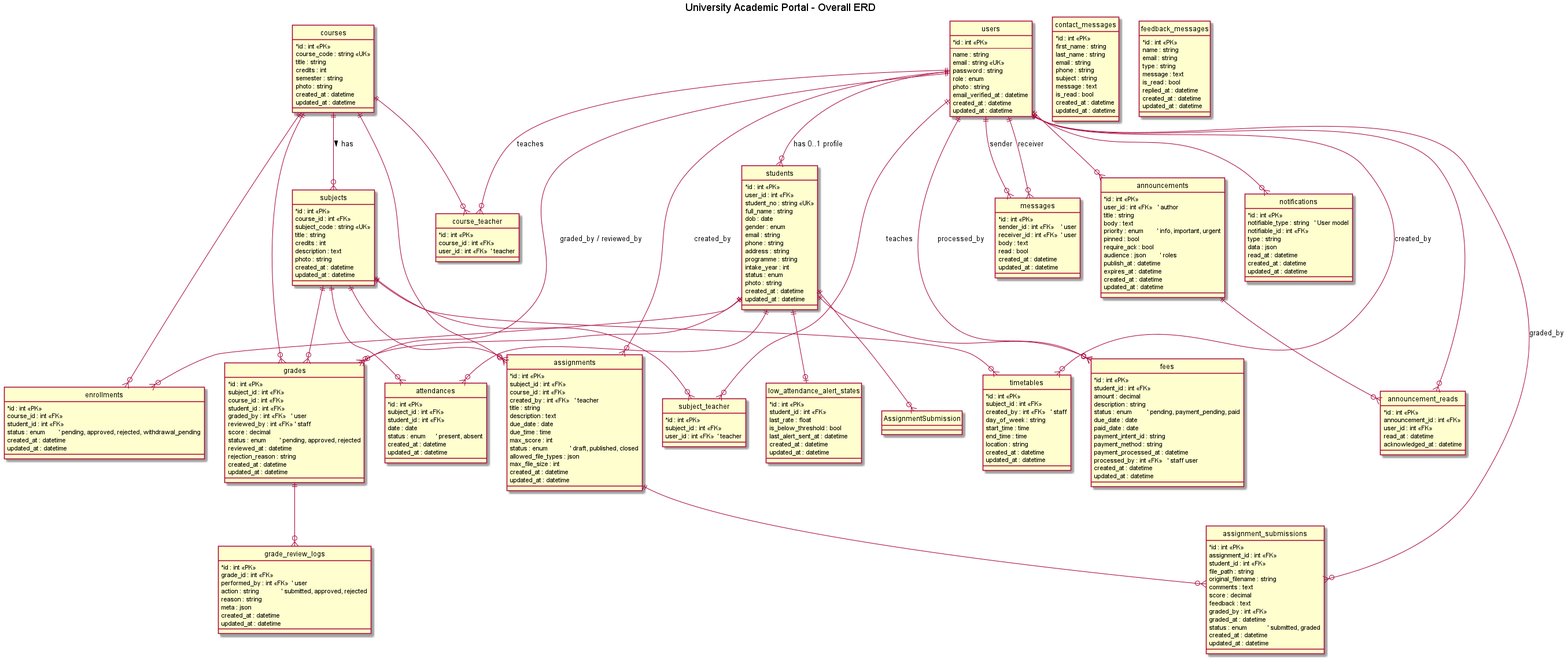
Earlier version of the PlantUML export out/class_diagram/erd/AcademicPortal_ERD/AcademicPortal_ERD.png (KyawMyoHtay1/academic-portal). Source of this version:
```plantuml
@startuml
hide circle
skinparam classAttributeIconSize 0
title University Academic Portal - Overall ERD

entity "users" as User {
  *id : int <<PK>>
  --
  name : string
  email : string <<UK>>
  password : string
  role : enum
  photo : string
  email_verified_at : datetime
  created_at : datetime
  updated_at : datetime
}

entity "students" as Student {
  *id : int <<PK>>
  user_id : int <<FK>>
  student_no : string <<UK>>
  full_name : string
  dob : date
  gender : enum
  email : string
  phone : string
  address : string
  programme : string
  intake_year : int
  status : enum
  photo : string
  created_at : datetime
  updated_at : datetime
}

entity "courses" as Course {
  *id : int <<PK>>
  course_code : string <<UK>>
  title : string
  credits : int
  semester : string
  photo : string
  created_at : datetime
  updated_at : datetime
}

entity "subjects" as Subject {
  *id : int <<PK>>
  course_id : int <<FK>>
  subject_code : string <<UK>>
  title : string
  credits : int
  description : text
  photo : string
  created_at : datetime
  updated_at : datetime
}

entity "enrollments" as Enrollment {
  *id : int <<PK>>
  course_id : int <<FK>>
  student_id : int <<FK>>
  status : enum        ' pending, approved, rejected, withdrawal_pending
  created_at : datetime
  updated_at : datetime
}

entity "course_teacher" as CourseTeacher {
  *id : int <<PK>>
  course_id : int <<FK>>
  user_id : int <<FK>>  ' teacher
}

entity "subject_teacher" as SubjectTeacher {
  *id : int <<PK>>
  subject_id : int <<FK>>
  user_id : int <<FK>>  ' teacher
}

entity "grades" as Grade {
  *id : int <<PK>>
  subject_id : int <<FK>>
  course_id : int <<FK>>
  student_id : int <<FK>>
  graded_by : int <<FK>>   ' user
  reviewed_by : int <<FK>> ' staff
  score : decimal
  status : enum        ' pending, approved, rejected
  reviewed_at : datetime
  rejection_reason : string
  created_at : datetime
  updated_at : datetime
}

entity "grade_review_logs" as GradeLog {
  *id : int <<PK>>
  grade_id : int <<FK>>
  performed_by : int <<FK>>  ' user
  action : string             ' submitted, approved, rejected
  reason : string
  meta : json
  created_at : datetime
  updated_at : datetime
}

entity "fees" as Fee {
  *id : int <<PK>>
  student_id : int <<FK>>
  amount : decimal
  description : string
  status : enum         ' pending, payment_pending, paid
  due_date : date
  paid_date : date
  payment_intent_id : string
  payment_method : string
  payment_processed_at : datetime
  processed_by : int <<FK>>   ' staff user
  created_at : datetime
  updated_at : datetime
}

entity "timetables" as Timetable {
  *id : int <<PK>>
  subject_id : int <<FK>>
  created_by : int <<FK>>   ' staff
  day_of_week : string
  start_time : time
  end_time : time
  location : string
  created_at : datetime
  updated_at : datetime
}

entity "attendances" as Attendance {
  *id : int <<PK>>
  subject_id : int <<FK>>
  student_id : int <<FK>>
  date : date
  status : enum      ' present, absent
  created_at : datetime
  updated_at : datetime
}

entity "low_attendance_alert_states" as LowAlert {
  *id : int <<PK>>
  student_id : int <<FK>>
  last_rate : float
  is_below_threshold : bool
  last_alert_sent_at : datetime
  created_at : datetime
  updated_at : datetime
}

entity "announcements" as Announcement {
  *id : int <<PK>>
  user_id : int <<FK>>   ' author
  title : string
  body : text
  priority : enum        ' info, important, urgent
  pinned : bool
  require_ack : bool
  audience : json        ' roles
  publish_at : datetime
  expires_at : datetime
  created_at : datetime
  updated_at : datetime
}

entity "announcement_reads" as AnnouncementRead {
  *id : int <<PK>>
  announcement_id : int <<FK>>
  user_id : int <<FK>>
  read_at : datetime
  acknowledged_at : datetime
}

entity "messages" as Message {
  *id : int <<PK>>
  sender_id : int <<FK>>    ' user
  receiver_id : int <<FK>>  ' user
  body : text
  read : bool
  created_at : datetime
  updated_at : datetime
}

entity "notifications" as Notification {
  *id : int <<PK>>
  notifiable_type : string   ' User model
  notifiable_id : int <<FK>>
  type : string
  data : json
  read_at : datetime
  created_at : datetime
  updated_at : datetime
}

entity "contact_messages" as ContactMessage {
  *id : int <<PK>>
  first_name : string
  last_name : string
  email : string
  phone : string
  subject : string
  message : text
  is_read : bool
  created_at : datetime
  updated_at : datetime
}

entity "feedback_messages" as FeedbackMessage {
  *id : int <<PK>>
  name : string
  email : string
  type : string
  message : text
  is_read : bool
  replied_at : datetime
  created_at : datetime
  updated_at : datetime
}

entity "assignments" as Assignment {
  *id : int <<PK>>
  subject_id : int <<FK>>
  course_id : int <<FK>>
  created_by : int <<FK>>   ' teacher
  title : string
  description : text
  due_date : date
  due_time : time
  max_score : int
  status : enum             ' draft, published, closed
  allowed_file_types : json
  max_file_size : int
  created_at : datetime
  updated_at : datetime
}

entity "assignment_submissions" as Submission {
  *id : int <<PK>>
  assignment_id : int <<FK>>
  student_id : int <<FK>>
  file_path : string
  original_filename : string
  comments : text
  score : decimal
  feedback : text
  graded_by : int <<FK>>
  graded_at : datetime
  status : enum            ' submitted, graded
  created_at : datetime
  updated_at : datetime
}


User ||--o{ Student        : has 0..1 profile
Course ||--o{ Subject       : has >
Course ||--o{ Enrollment
Student ||--o{ Enrollment

Course ||--o{ CourseTeacher
User   ||--o{ CourseTeacher : teaches

Subject ||--o{ SubjectTeacher
User    ||--o{ SubjectTeacher : teaches

Subject ||--o{ Grade
Course  ||--o{ Grade
Student ||--o{ Grade
User    ||--o{ Grade : graded_by / reviewed_by
Grade   ||--o{ GradeLog

Student ||--o{ Fee
User    ||--o{ Fee  : processed_by

Subject ||--o{ Timetable
User    ||--o{ Timetable : created_by

Subject ||--o{ Attendance
Student ||--o{ Attendance
Student ||--o| LowAlert

Student ||--o{ AssignmentSubmission
Assignment ||--o{ Submission
Subject ||--o{ Assignment
Course  ||--o{ Assignment
User    ||--o{ Assignment : created_by
User    ||--o{ Submission : graded_by

User ||--o{ Announcement
Announcement ||--o{ AnnouncementRead
User ||--o{ AnnouncementRead

User ||--o{ Message : sender
User ||--o{ Message : receiver

User ||--o{ Notification

@enduml
```
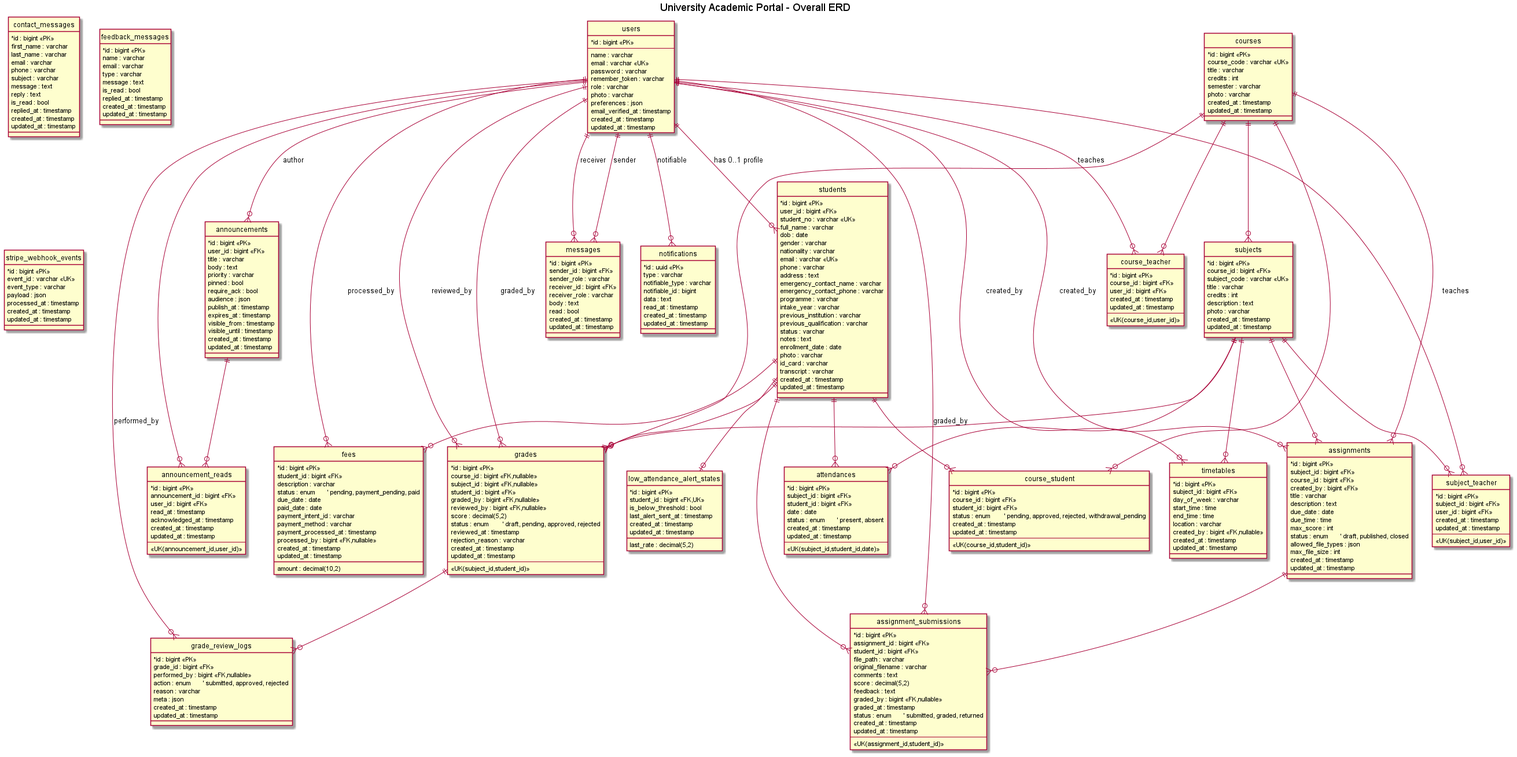
Later version of the same file.

Commit message:
Update Academic Portal ERD image: Replace existing PNG file with the latest version to reflect recent schema changes and enhancements.

Change to the diagram source:
```diff
@@ -4,259 +4,307 @@
 title University Academic Portal - Overall ERD
 
 entity "users" as User {
-  *id : int <<PK>>
+  *id : bigint <<PK>>
   --
-  name : string
-  email : string <<UK>>
-  password : string
-  role : enum
-  photo : string
-  email_verified_at : datetime
-  created_at : datetime
-  updated_at : datetime
+  name : varchar
+  email : varchar <<UK>>
+  password : varchar
+  remember_token : varchar
+  role : varchar
+  photo : varchar
+  preferences : json
+  email_verified_at : timestamp
+  created_at : timestamp
+  updated_at : timestamp
 }
 
 entity "students" as Student {
-  *id : int <<PK>>
-  user_id : int <<FK>>
-  student_no : string <<UK>>
-  full_name : string
+  *id : bigint <<PK>>
+  user_id : bigint <<FK>>
+  student_no : varchar <<UK>>
+  full_name : varchar
   dob : date
-  gender : enum
-  email : string
-  phone : string
-  address : string
-  programme : string
-  intake_year : int
-  status : enum
-  photo : string
-  created_at : datetime
-  updated_at : datetime
+  gender : varchar
+  nationality : varchar
+  email : varchar <<UK>>
+  phone : varchar
+  address : text
+  emergency_contact_name : varchar
+  emergency_contact_phone : varchar
+  programme : varchar
+  intake_year : varchar
+  previous_institution : varchar
+  previous_qualification : varchar
+  status : varchar
+  notes : text
+  enrollment_date : date
+  photo : varchar
+  id_card : varchar
+  transcript : varchar
+  created_at : timestamp
+  updated_at : timestamp
 }
 
 entity "courses" as Course {
-  *id : int <<PK>>
-  course_code : string <<UK>>
-  title : string
+  *id : bigint <<PK>>
+  course_code : varchar <<UK>>
+  title : varchar
   credits : int
-  semester : string
-  photo : string
-  created_at : datetime
-  updated_at : datetime
+  semester : varchar
+  photo : varchar
+  created_at : timestamp
+  updated_at : timestamp
 }
 
 entity "subjects" as Subject {
-  *id : int <<PK>>
-  course_id : int <<FK>>
-  subject_code : string <<UK>>
-  title : string
+  *id : bigint <<PK>>
+  course_id : bigint <<FK>>
+  subject_code : varchar <<UK>>
+  title : varchar
   credits : int
   description : text
-  photo : string
-  created_at : datetime
-  updated_at : datetime
+  photo : varchar
+  created_at : timestamp
+  updated_at : timestamp
 }
 
-entity "enrollments" as Enrollment {
-  *id : int <<PK>>
-  course_id : int <<FK>>
-  student_id : int <<FK>>
+entity "course_student" as Enrollment {
+  *id : bigint <<PK>>
+  course_id : bigint <<FK>>
+  student_id : bigint <<FK>>
   status : enum        ' pending, approved, rejected, withdrawal_pending
-  created_at : datetime
-  updated_at : datetime
+  created_at : timestamp
+  updated_at : timestamp
+  --
+  <<UK(course_id,student_id)>>
 }
 
 entity "course_teacher" as CourseTeacher {
-  *id : int <<PK>>
-  course_id : int <<FK>>
-  user_id : int <<FK>>  ' teacher
+  *id : bigint <<PK>>
+  course_id : bigint <<FK>>
+  user_id : bigint <<FK>>
+  created_at : timestamp
+  updated_at : timestamp
+  --
+  <<UK(course_id,user_id)>>
 }
 
 entity "subject_teacher" as SubjectTeacher {
-  *id : int <<PK>>
-  subject_id : int <<FK>>
-  user_id : int <<FK>>  ' teacher
+  *id : bigint <<PK>>
+  subject_id : bigint <<FK>>
+  user_id : bigint <<FK>>
+  created_at : timestamp
+  updated_at : timestamp
+  --
+  <<UK(subject_id,user_id)>>
 }
 
 entity "grades" as Grade {
-  *id : int <<PK>>
-  subject_id : int <<FK>>
-  course_id : int <<FK>>
-  student_id : int <<FK>>
-  graded_by : int <<FK>>   ' user
-  reviewed_by : int <<FK>> ' staff
-  score : decimal
-  status : enum        ' pending, approved, rejected
-  reviewed_at : datetime
-  rejection_reason : string
-  created_at : datetime
-  updated_at : datetime
+  *id : bigint <<PK>>
+  course_id : bigint <<FK,nullable>>
+  subject_id : bigint <<FK,nullable>>
+  student_id : bigint <<FK>>
+  graded_by : bigint <<FK,nullable>>
+  reviewed_by : bigint <<FK,nullable>>
+  score : decimal(5,2)
+  status : enum        ' draft, pending, approved, rejected
+  reviewed_at : timestamp
+  rejection_reason : varchar
+  created_at : timestamp
+  updated_at : timestamp
+  --
+  <<UK(subject_id,student_id)>>
 }
 
 entity "grade_review_logs" as GradeLog {
-  *id : int <<PK>>
-  grade_id : int <<FK>>
-  performed_by : int <<FK>>  ' user
-  action : string             ' submitted, approved, rejected
-  reason : string
+  *id : bigint <<PK>>
+  grade_id : bigint <<FK>>
+  performed_by : bigint <<FK,nullable>>
+  action : enum       ' submitted, approved, rejected
+  reason : varchar
   meta : json
-  created_at : datetime
-  updated_at : datetime
+  created_at : timestamp
+  updated_at : timestamp
 }
 
 entity "fees" as Fee {
-  *id : int <<PK>>
-  student_id : int <<FK>>
-  amount : decimal
-  description : string
-  status : enum         ' pending, payment_pending, paid
+  *id : bigint <<PK>>
+  student_id : bigint <<FK>>
+  amount : decimal(10,2)
+  description : varchar
+  status : enum       ' pending, payment_pending, paid
   due_date : date
   paid_date : date
-  payment_intent_id : string
-  payment_method : string
-  payment_processed_at : datetime
-  processed_by : int <<FK>>   ' staff user
-  created_at : datetime
-  updated_at : datetime
-}
-
-entity "timetables" as Timetable {
-  *id : int <<PK>>
-  subject_id : int <<FK>>
-  created_by : int <<FK>>   ' staff
-  day_of_week : string
-  start_time : time
-  end_time : time
-  location : string
-  created_at : datetime
-  updated_at : datetime
-}
-
-entity "attendances" as Attendance {
-  *id : int <<PK>>
-  subject_id : int <<FK>>
-  student_id : int <<FK>>
-  date : date
-  status : enum      ' present, absent
-  created_at : datetime
-  updated_at : datetime
-}
-
-entity "low_attendance_alert_states" as LowAlert {
-  *id : int <<PK>>
-  student_id : int <<FK>>
-  last_rate : float
-  is_below_threshold : bool
-  last_alert_sent_at : datetime
-  created_at : datetime
-  updated_at : datetime
-}
-
-entity "announcements" as Announcement {
-  *id : int <<PK>>
-  user_id : int <<FK>>   ' author
-  title : string
-  body : text
-  priority : enum        ' info, important, urgent
-  pinned : bool
-  require_ack : bool
-  audience : json        ' roles
-  publish_at : datetime
-  expires_at : datetime
-  created_at : datetime
-  updated_at : datetime
-}
-
-entity "announcement_reads" as AnnouncementRead {
-  *id : int <<PK>>
-  announcement_id : int <<FK>>
-  user_id : int <<FK>>
-  read_at : datetime
-  acknowledged_at : datetime
-}
-
-entity "messages" as Message {
-  *id : int <<PK>>
-  sender_id : int <<FK>>    ' user
-  receiver_id : int <<FK>>  ' user
-  body : text
-  read : bool
-  created_at : datetime
-  updated_at : datetime
-}
-
-entity "notifications" as Notification {
-  *id : int <<PK>>
-  notifiable_type : string   ' User model
-  notifiable_id : int <<FK>>
-  type : string
-  data : json
-  read_at : datetime
-  created_at : datetime
-  updated_at : datetime
-}
-
-entity "contact_messages" as ContactMessage {
-  *id : int <<PK>>
-  first_name : string
-  last_name : string
-  email : string
-  phone : string
-  subject : string
-  message : text
-  is_read : bool
-  created_at : datetime
-  updated_at : datetime
-}
-
-entity "feedback_messages" as FeedbackMessage {
-  *id : int <<PK>>
-  name : string
-  email : string
-  type : string
-  message : text
-  is_read : bool
-  replied_at : datetime
-  created_at : datetime
-  updated_at : datetime
+  payment_intent_id : varchar
+  payment_method : varchar
+  payment_processed_at : timestamp
+  processed_by : bigint <<FK,nullable>>
+  created_at : timestamp
+  updated_at : timestamp
 }
 
 entity "assignments" as Assignment {
-  *id : int <<PK>>
-  subject_id : int <<FK>>
-  course_id : int <<FK>>
-  created_by : int <<FK>>   ' teacher
-  title : string
+  *id : bigint <<PK>>
+  subject_id : bigint <<FK>>
+  course_id : bigint <<FK>>
+  created_by : bigint <<FK>>
+  title : varchar
   description : text
   due_date : date
   due_time : time
   max_score : int
-  status : enum             ' draft, published, closed
+  status : enum       ' draft, published, closed
   allowed_file_types : json
   max_file_size : int
-  created_at : datetime
-  updated_at : datetime
+  created_at : timestamp
+  updated_at : timestamp
 }
 
 entity "assignment_submissions" as Submission {
-  *id : int <<PK>>
-  assignment_id : int <<FK>>
-  student_id : int <<FK>>
-  file_path : string
-  original_filename : string
+  *id : bigint <<PK>>
+  assignment_id : bigint <<FK>>
+  student_id : bigint <<FK>>
+  file_path : varchar
+  original_filename : varchar
   comments : text
-  score : decimal
+  score : decimal(5,2)
   feedback : text
-  graded_by : int <<FK>>
-  graded_at : datetime
-  status : enum            ' submitted, graded
-  created_at : datetime
-  updated_at : datetime
+  graded_by : bigint <<FK,nullable>>
+  graded_at : timestamp
+  status : enum       ' submitted, graded, returned
+  created_at : timestamp
+  updated_at : timestamp
+  --
+  <<UK(assignment_id,student_id)>>
+}
+
+entity "timetables" as Timetable {
+  *id : bigint <<PK>>
+  subject_id : bigint <<FK>>
+  day_of_week : varchar
+  start_time : time
+  end_time : time
+  location : varchar
+  created_by : bigint <<FK,nullable>>
+  created_at : timestamp
+  updated_at : timestamp
+}
+
+entity "attendances" as Attendance {
+  *id : bigint <<PK>>
+  subject_id : bigint <<FK>>
+  student_id : bigint <<FK>>
+  date : date
+  status : enum       ' present, absent
+  created_at : timestamp
+  updated_at : timestamp
+  --
+  <<UK(subject_id,student_id,date)>>
+}
+
+entity "low_attendance_alert_states" as LowAlert {
+  *id : bigint <<PK>>
+  student_id : bigint <<FK,UK>>
+  last_rate : decimal(5,2)
+  is_below_threshold : bool
+  last_alert_sent_at : timestamp
+  created_at : timestamp
+  updated_at : timestamp
+}
+
+entity "announcements" as Announcement {
+  *id : bigint <<PK>>
+  user_id : bigint <<FK>>
+  title : varchar
+  body : text
+  priority : varchar
+  pinned : bool
+  require_ack : bool
+  audience : json
+  publish_at : timestamp
+  expires_at : timestamp
+  visible_from : timestamp
+  visible_until : timestamp
+  created_at : timestamp
+  updated_at : timestamp
+}
+
+entity "announcement_reads" as AnnouncementRead {
+  *id : bigint <<PK>>
+  announcement_id : bigint <<FK>>
+  user_id : bigint <<FK>>
+  read_at : timestamp
+  acknowledged_at : timestamp
+  created_at : timestamp
+  updated_at : timestamp
+  --
+  <<UK(announcement_id,user_id)>>
+}
+
+entity "messages" as Message {
+  *id : bigint <<PK>>
+  sender_id : bigint <<FK>>
+  sender_role : varchar
+  receiver_id : bigint <<FK>>
+  receiver_role : varchar
+  body : text
+  read : bool
+  created_at : timestamp
+  updated_at : timestamp
+}
+
+entity "notifications" as Notification {
+  *id : uuid <<PK>>
+  type : varchar
+  notifiable_type : varchar
+  notifiable_id : bigint
+  data : text
+  read_at : timestamp
+  created_at : timestamp
+  updated_at : timestamp
+}
+
+entity "contact_messages" as ContactMessage {
+  *id : bigint <<PK>>
+  first_name : varchar
+  last_name : varchar
+  email : varchar
+  phone : varchar
+  subject : varchar
+  message : text
+  reply : text
+  is_read : bool
+  replied_at : timestamp
+  created_at : timestamp
+  updated_at : timestamp
+}
+
+entity "feedback_messages" as FeedbackMessage {
+  *id : bigint <<PK>>
+  name : varchar
+  email : varchar
+  type : varchar
+  message : text
+  is_read : bool
+  replied_at : timestamp
+  created_at : timestamp
+  updated_at : timestamp
+}
+
+entity "stripe_webhook_events" as StripeWebhookEvent {
+  *id : bigint <<PK>>
+  event_id : varchar <<UK>>
+  event_type : varchar
+  payload : json
+  processed_at : timestamp
+  created_at : timestamp
+  updated_at : timestamp
 }
 
 
-User ||--o{ Student        : has 0..1 profile
-Course ||--o{ Subject       : has >
+User ||--o{ Student : has 0..1 profile
+
+Course ||--o{ Subject
 Course ||--o{ Enrollment
 Student ||--o{ Enrollment
 
@@ -269,11 +317,20 @@
 Subject ||--o{ Grade
 Course  ||--o{ Grade
 Student ||--o{ Grade
-User    ||--o{ Grade : graded_by / reviewed_by
+User    ||--o{ Grade : graded_by
+User    ||--o{ Grade : reviewed_by
 Grade   ||--o{ GradeLog
+User    ||--o{ GradeLog : performed_by
 
 Student ||--o{ Fee
-User    ||--o{ Fee  : processed_by
+User    ||--o{ Fee : processed_by
+
+Subject ||--o{ Assignment
+Course  ||--o{ Assignment
+User    ||--o{ Assignment : created_by
+Assignment ||--o{ Submission
+Student    ||--o{ Submission
+User       ||--o{ Submission : graded_by
 
 Subject ||--o{ Timetable
 User    ||--o{ Timetable : created_by
@@ -282,20 +339,13 @@
 Student ||--o{ Attendance
 Student ||--o| LowAlert
 
-Student ||--o{ AssignmentSubmission
-Assignment ||--o{ Submission
-Subject ||--o{ Assignment
-Course  ||--o{ Assignment
-User    ||--o{ Assignment : created_by
-User    ||--o{ Submission : graded_by
-
-User ||--o{ Announcement
+User ||--o{ Announcement : author
 Announcement ||--o{ AnnouncementRead
 User ||--o{ AnnouncementRead
 
 User ||--o{ Message : sender
 User ||--o{ Message : receiver
 
-User ||--o{ Notification
+User ||--o{ Notification : notifiable
 
 @enduml
```
